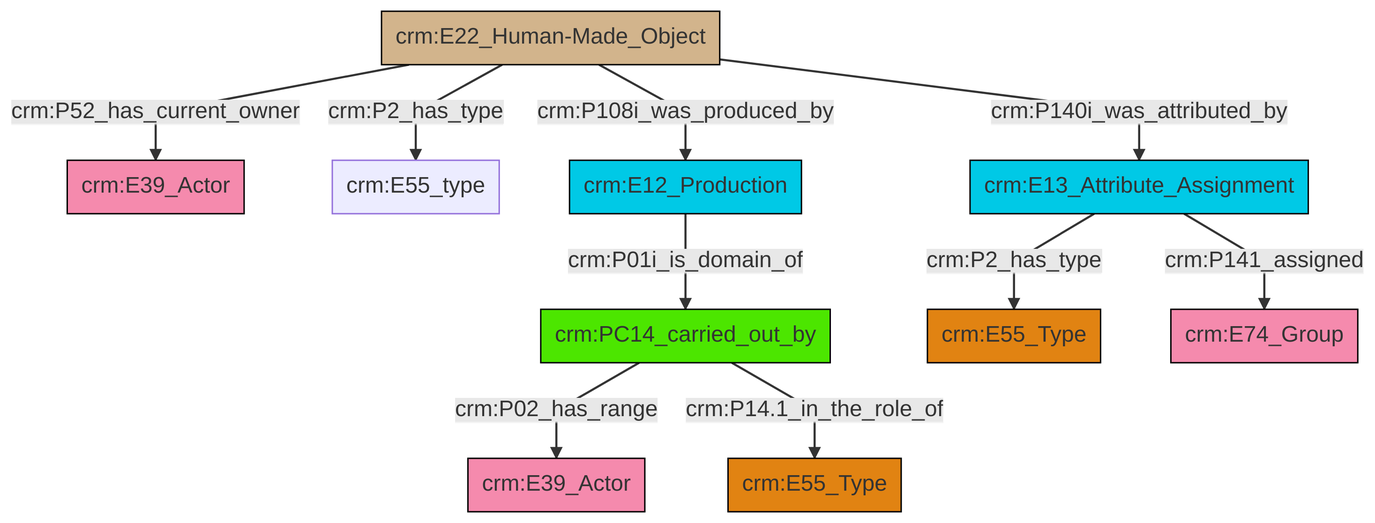
swiss-art-research-net/docs.swissartresearch keeps this Mermaid diagram as et/builtWorkCSV/ttl/mmd/png/Built_Work_actor_relations.png. Above is the earlier version. Its source is kept beside it as et/builtWorkCSV/ttl/mmd/Built_Work_actor_relations.ttl.mmd.
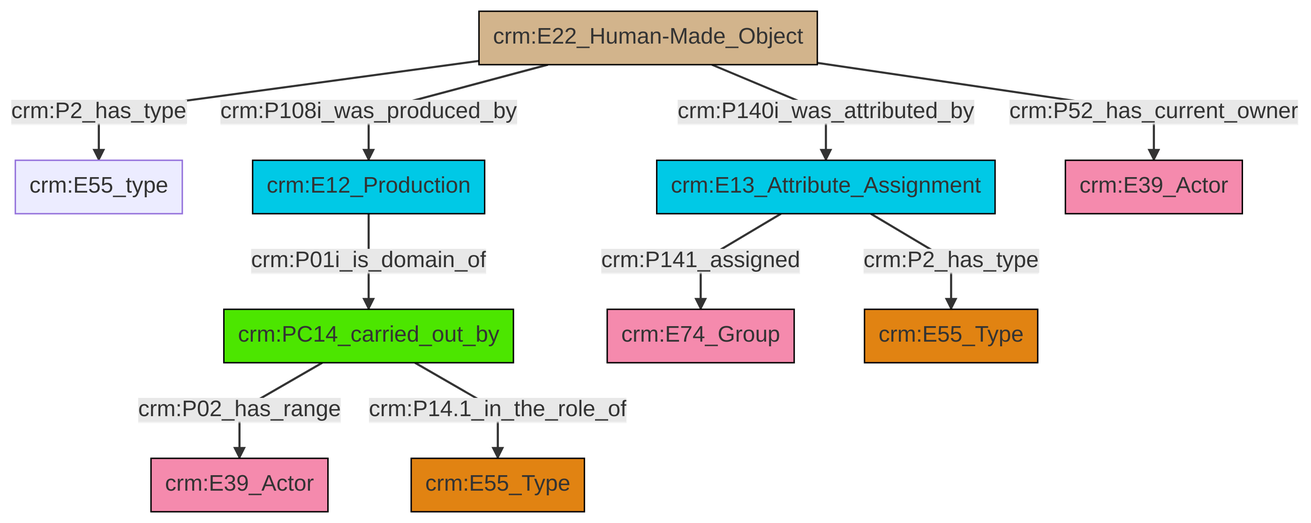
The same file after the commit.

The edit, as a diff of the source:
```diff
@@ -13,12 +13,12 @@
 classDef PC_Classes fill:#4ce600, stroke:#000000;
 classDef Multi fill:#cccccc,stroke:#000000;
 
-2["crm:PC14_carried_out_by"]:::PC_Classes -->|crm:P02_has_range| 3["crm:E39_Actor"]:::Actor
-4["crm:E22_Human-Made_Object"]:::Physical_Thing -->|crm:P52_has_current_owner| 5["crm:E39_Actor"]:::Actor
-4["crm:E22_Human-Made_Object"]:::Physical_Thing -->|crm:P2_has_type| 6["crm:E55_type"]:::Default
-4["crm:E22_Human-Made_Object"]:::Physical_Thing -->|crm:P108i_was_produced_by| 7["crm:E12_Production"]:::Temporal_Entity
-4["crm:E22_Human-Made_Object"]:::Physical_Thing -->|crm:P140i_was_attributed_by| 12["crm:E13_Attribute_Assignment"]:::Temporal_Entity
-12["crm:E13_Attribute_Assignment"]:::Temporal_Entity -->|crm:P2_has_type| 14["crm:E55_Type"]:::Type
-12["crm:E13_Attribute_Assignment"]:::Temporal_Entity -->|crm:P141_assigned| 0["crm:E74_Group"]:::Actor
-7["crm:E12_Production"]:::Temporal_Entity -->|crm:P01i_is_domain_of| 2["crm:PC14_carried_out_by"]:::PC_Classes
-2["crm:PC14_carried_out_by"]:::PC_Classes -->|crm:P14.1_in_the_role_of| 9["crm:E55_Type"]:::Type
+2["crm:E22_Human-Made_Object"]:::Physical_Thing -->|crm:P108i_was_produced_by| 3["crm:E12_Production"]:::Temporal_Entity
+2["crm:E22_Human-Made_Object"]:::Physical_Thing -->|crm:P140i_was_attributed_by| 4["crm:E13_Attribute_Assignment"]:::Temporal_Entity
+5["crm:PC14_carried_out_by"]:::PC_Classes -->|crm:P02_has_range| 6["crm:E39_Actor"]:::Actor
+4["crm:E13_Attribute_Assignment"]:::Temporal_Entity -->|crm:P141_assigned| 7["crm:E74_Group"]:::Actor
+5["crm:PC14_carried_out_by"]:::PC_Classes -->|crm:P14.1_in_the_role_of| 14["crm:E55_Type"]:::Type
+3["crm:E12_Production"]:::Temporal_Entity -->|crm:P01i_is_domain_of| 5["crm:PC14_carried_out_by"]:::PC_Classes
+2["crm:E22_Human-Made_Object"]:::Physical_Thing -->|crm:P52_has_current_owner| 9["crm:E39_Actor"]:::Actor
+2["crm:E22_Human-Made_Object"]:::Physical_Thing -->|crm:P2_has_type| 0["crm:E55_type"]:::Default
+4["crm:E13_Attribute_Assignment"]:::Temporal_Entity -->|crm:P2_has_type| 11["crm:E55_Type"]:::Type
```
